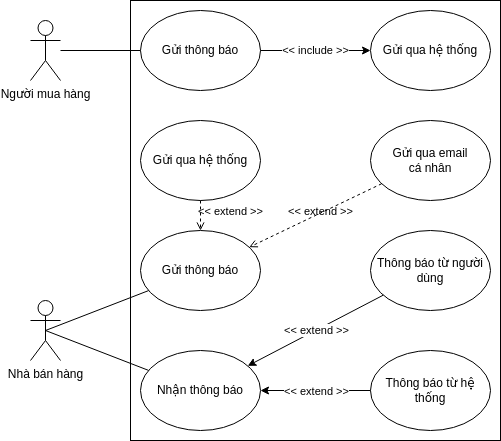
The draw.io diagram images/usecase-notification.png in ocopee/docs, before a commit. Source tidied: cells renumbered, new cells last; positions are measured from the earlier drawing's top-left corner, leaving out a move shared by most shapes. Its diagram source:
```xml
<mxGraphModel>
  <root>
    <mxCell id="0" />
    <mxCell id="1" parent="0" />
    <mxCell id="2" style="html=1;" parent="1" vertex="1">
      <mxGeometry x="100" width="370" height="440" as="geometry" />
    </mxCell>
    <mxCell id="3" value="Gửi thông báo" style="ellipse;whiteSpace=wrap;html=1;" parent="1" vertex="1">
      <mxGeometry x="110" y="10" width="120" height="80" as="geometry" />
    </mxCell>
    <mxCell id="4" value="Nhận thông báo" style="ellipse;whiteSpace=wrap;html=1;" parent="1" vertex="1">
      <mxGeometry x="110" y="350" width="120" height="80" as="geometry" />
    </mxCell>
    <mxCell id="5" value="Thông báo từ hệ thống" style="ellipse;whiteSpace=wrap;html=1;" parent="1" vertex="1">
      <mxGeometry x="340" y="350" width="120" height="80" as="geometry" />
    </mxCell>
    <mxCell id="6" style="endArrow=classic;html=1;rounded=0;" parent="1" edge="1" source="5" target="4">
      <mxGeometry relative="1" as="geometry" />
    </mxCell>
    <mxCell id="7" value="&amp;lt;&amp;lt; extend &amp;gt;&amp;gt;" style="edgeLabel;html=1;align=center;verticalAlign=middle;" parent="6" vertex="1">
      <mxGeometry relative="1" as="geometry" />
    </mxCell>
    <mxCell id="8" value="Gửi thông báo" style="ellipse;whiteSpace=wrap;html=1;" parent="1" vertex="1">
      <mxGeometry x="110" y="230" width="120" height="80" as="geometry" />
    </mxCell>
    <mxCell id="9" value="Người mua hàng" style="shape=umlActor;verticalLabelPosition=bottom;verticalAlign=top;html=1;outlineConnect=0;" parent="1" vertex="1">
      <mxGeometry y="20" width="30" height="60" as="geometry" />
    </mxCell>
    <mxCell id="10" style="endArrow=none;html=1;rounded=0;endFill=0;" parent="1" edge="1" source="9" target="3">
      <mxGeometry relative="1" as="geometry" />
    </mxCell>
    <mxCell id="11" value="Gửi qua hệ thống" style="ellipse;whiteSpace=wrap;html=1;" parent="1" vertex="1">
      <mxGeometry x="340" y="10" width="120" height="80" as="geometry" />
    </mxCell>
    <mxCell id="12" value="&amp;lt;&amp;lt; include &amp;gt;&amp;gt;" style="endArrow=classic;html=1;rounded=0;" parent="1" edge="1" source="3" target="11">
      <mxGeometry relative="1" as="geometry" />
    </mxCell>
    <mxCell id="13" style="endArrow=none;html=1;rounded=0;exitX=0.5;exitY=0.5;exitDx=0;exitDy=0;exitPerimeter=0;endFill=0;" parent="1" edge="1" source="14" target="4">
      <mxGeometry relative="1" as="geometry" />
    </mxCell>
    <mxCell id="14" value="Nhà bán hàng" style="shape=umlActor;verticalLabelPosition=bottom;verticalAlign=top;html=1;outlineConnect=0;" parent="1" vertex="1">
      <mxGeometry y="300" width="30" height="60" as="geometry" />
    </mxCell>
    <mxCell id="15" value="Thông báo từ người dùng" style="ellipse;whiteSpace=wrap;html=1;" parent="1" vertex="1">
      <mxGeometry x="340" y="230" width="120" height="80" as="geometry" />
    </mxCell>
    <mxCell id="16" style="endArrow=classic;html=1;rounded=0;" parent="1" edge="1" source="15" target="4">
      <mxGeometry relative="1" as="geometry" />
    </mxCell>
    <mxCell id="17" value="&amp;lt;&amp;lt; extend &amp;gt;&amp;gt;" style="edgeLabel;html=1;align=center;verticalAlign=middle;" parent="16" vertex="1">
      <mxGeometry relative="1" as="geometry" />
    </mxCell>
    <mxCell id="18" style="endArrow=none;html=1;rounded=0;exitX=0.5;exitY=0.5;exitDx=0;exitDy=0;exitPerimeter=0;endFill=0;" parent="1" edge="1" source="14" target="8">
      <mxGeometry relative="1" as="geometry" />
    </mxCell>
    <mxCell id="19" value="Gửi qua email&lt;br&gt;cá nhân" style="ellipse;whiteSpace=wrap;html=1;" parent="1" vertex="1">
      <mxGeometry x="340" y="120" width="120" height="80" as="geometry" />
    </mxCell>
    <mxCell id="20" value="&amp;lt;&amp;lt; extend &amp;gt;&amp;gt;" style="html=1;verticalAlign=bottom;labelBackgroundColor=none;endArrow=open;endFill=0;dashed=1;rounded=0;" parent="1" edge="1" source="19" target="8">
      <mxGeometry x="-0.03" y="7" relative="1" as="geometry" />
    </mxCell>
    <mxCell id="21" value="Gửi qua hệ thống" style="ellipse;whiteSpace=wrap;html=1;" parent="1" vertex="1">
      <mxGeometry x="110" y="120" width="120" height="80" as="geometry" />
    </mxCell>
    <mxCell id="22" value="&amp;lt;&amp;lt; extend &amp;gt;&amp;gt;" style="html=1;verticalAlign=bottom;labelBackgroundColor=none;endArrow=open;endFill=0;dashed=1;rounded=0;" parent="1" edge="1" source="21" target="8">
      <mxGeometry x="0.33" y="30" relative="1" as="geometry" />
    </mxCell>
  </root>
</mxGraphModel>
```
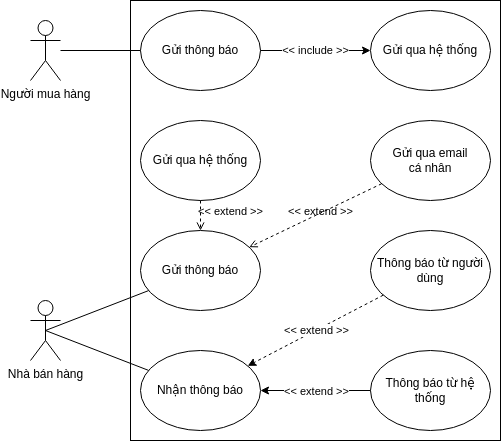
After the commit.

The edit, as a diff of the source:
```diff
@@ -44,7 +44,7 @@
     <mxCell id="15" value="Thông báo từ người dùng" style="ellipse;whiteSpace=wrap;html=1;" parent="1" vertex="1">
       <mxGeometry x="340" y="230" width="120" height="80" as="geometry" />
     </mxCell>
-    <mxCell id="16" style="endArrow=classic;html=1;rounded=0;" parent="1" edge="1" source="15" target="4">
+    <mxCell id="16" style="endArrow=classic;html=1;rounded=0;dashed=1;" parent="1" edge="1" source="15" target="4">
       <mxGeometry relative="1" as="geometry" />
     </mxCell>
     <mxCell id="17" value="&amp;lt;&amp;lt; extend &amp;gt;&amp;gt;" style="edgeLabel;html=1;align=center;verticalAlign=middle;" parent="16" vertex="1">
```
